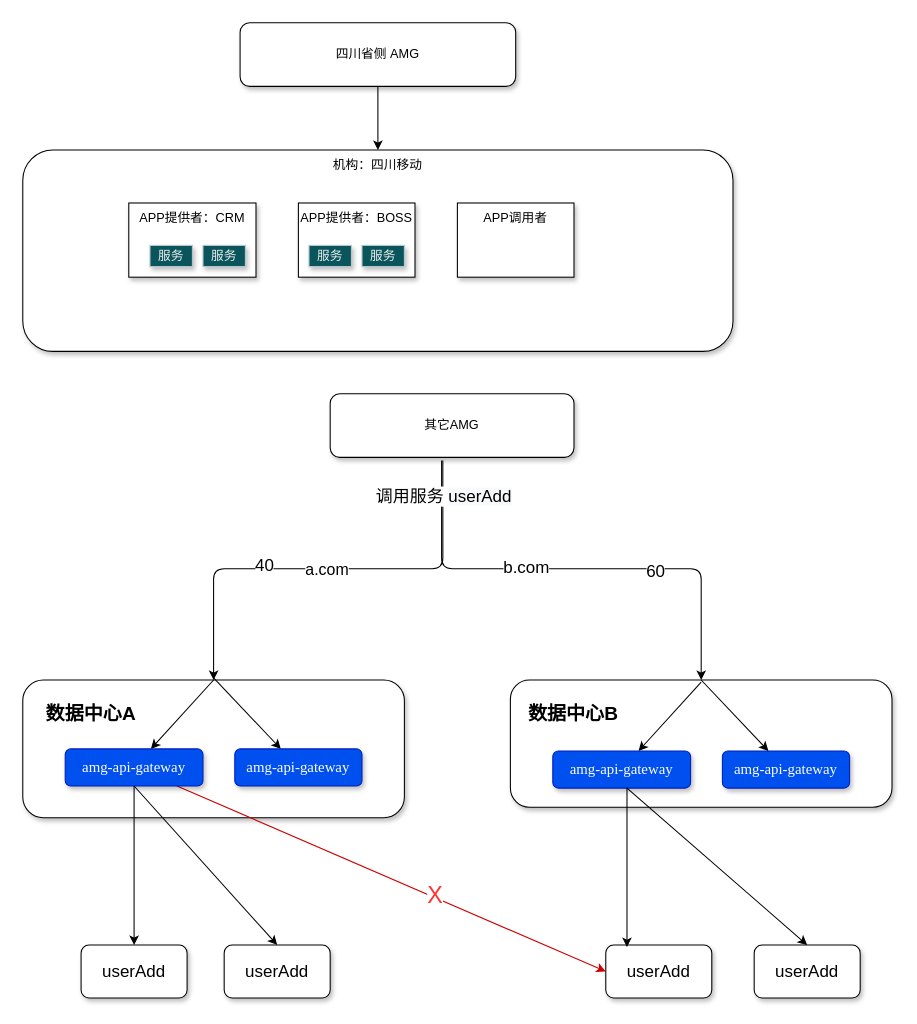
This is page "机构，应用" (5 of 9) of 智慧中台AMG.drawio from qymmdj/draw-io, a draw.io file, before an edit. Source tidied: cells renumbered, new cells numbered last; positions are measured from the earlier drawing's top-left corner, leaving out a move shared by most shapes. Both pictures are drawn from the tidied source at 106%, with x=0, y=0 at pixel (22, 22).
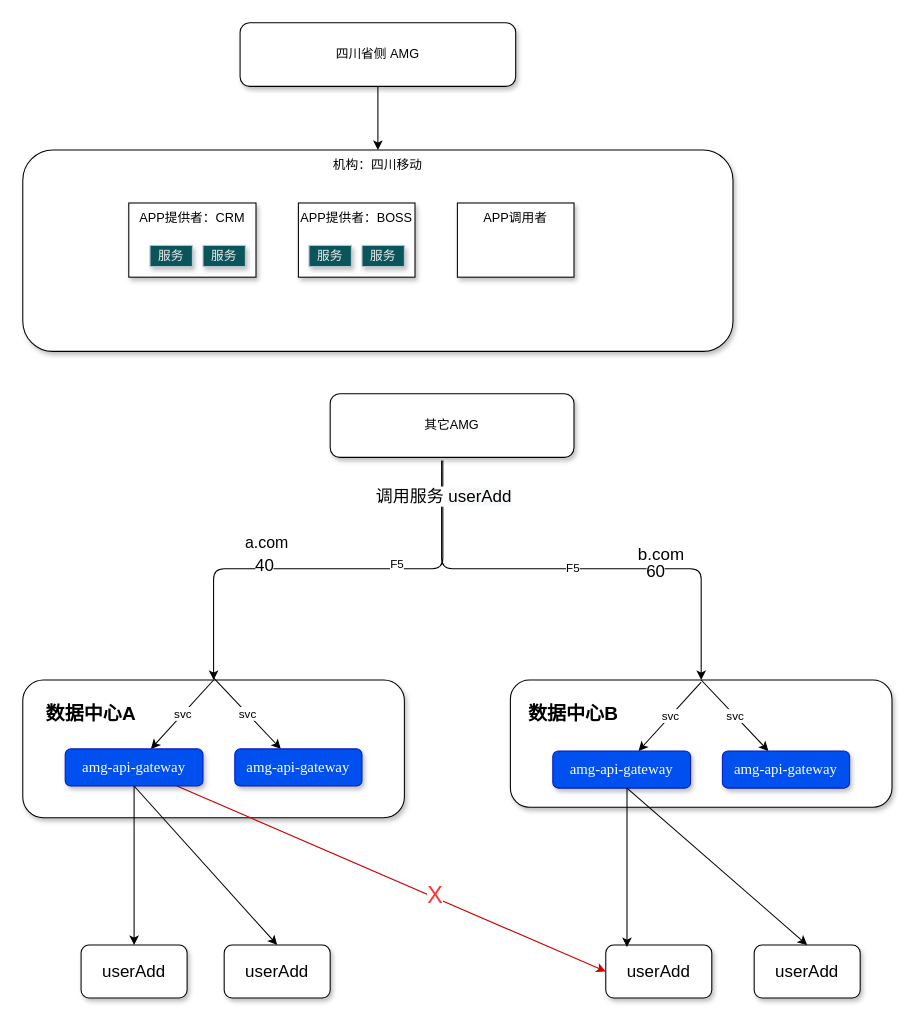
The same page after the edit.

Unchanged cells that the change refers to:
```xml
<mxCell id="14" value="&lt;h2&gt;&amp;nbsp; &amp;nbsp; 数据中心A&lt;/h2&gt;" style="rounded=1;whiteSpace=wrap;html=1;verticalAlign=top;shadow=1;align=left;" parent="1" vertex="1">
  <mxGeometry y="620" width="360" height="130" as="geometry" />
</mxCell>
<mxCell id="19" value="&lt;h2&gt;&amp;nbsp; &amp;nbsp;数据中心B&lt;/h2&gt;" style="rounded=1;whiteSpace=wrap;html=1;verticalAlign=top;shadow=1;align=left;" parent="1" vertex="1">
  <mxGeometry x="460" y="620" width="360" height="120" as="geometry" />
</mxCell>
<mxCell id="25" value="&lt;span style=&quot;font-family: &amp;#34;times new roman&amp;#34; ; font-size: 14px&quot;&gt;amg-api-gateway&lt;/span&gt;" style="rounded=1;whiteSpace=wrap;html=1;shadow=1;fillColor=#0050ef;strokeColor=#001DBC;fontColor=#ffffff;" parent="1" vertex="1">
  <mxGeometry x="40" y="685" width="130" height="35" as="geometry" />
</mxCell>
<mxCell id="27" value="&lt;span style=&quot;font-family: &amp;#34;times new roman&amp;#34; ; font-size: 14px&quot;&gt;amg-api-gateway&lt;/span&gt;" style="rounded=1;whiteSpace=wrap;html=1;shadow=1;fillColor=#0050ef;strokeColor=#001DBC;fontColor=#ffffff;" parent="1" vertex="1">
  <mxGeometry x="200" y="685" width="120" height="35" as="geometry" />
</mxCell>
<mxCell id="28" value="其它AMG" style="rounded=1;whiteSpace=wrap;html=1;shadow=1;verticalAlign=middle;" parent="1" vertex="1">
  <mxGeometry x="290" y="350" width="230" height="60" as="geometry" />
</mxCell>
<mxCell id="30" value="&lt;span style=&quot;font-family: &amp;#34;times new roman&amp;#34; ; font-size: 14px&quot;&gt;amg-api-gateway&lt;/span&gt;" style="rounded=1;whiteSpace=wrap;html=1;shadow=1;fillColor=#0050ef;strokeColor=#001DBC;fontColor=#ffffff;" parent="1" vertex="1">
  <mxGeometry x="500" y="687" width="130" height="35" as="geometry" />
</mxCell>
<mxCell id="32" value="&lt;span style=&quot;font-family: &amp;#34;times new roman&amp;#34; ; font-size: 14px&quot;&gt;amg-api-gateway&lt;/span&gt;" style="rounded=1;whiteSpace=wrap;html=1;shadow=1;fillColor=#0050ef;strokeColor=#001DBC;fontColor=#ffffff;" parent="1" vertex="1">
  <mxGeometry x="660" y="687" width="120" height="35" as="geometry" />
</mxCell>
```

Change to the diagram source:
```diff
@@
     <mxCell id="12" value="&lt;font style=&quot;font-size: 15px&quot;&gt;a.com&lt;/font&gt;" style="edgeStyle=orthogonalEdgeStyle;rounded=1;jettySize=auto;html=1;endArrow=none;endFill=0;startArrow=classic;startFill=1;entryX=0.462;entryY=1.05;entryDx=0;entryDy=0;entryPerimeter=0;labelBorderColor=none;jumpStyle=none;" parent="1" edge="1" source="14" target="28">
-      <mxGeometry relative="1" as="geometry">
+      <mxGeometry x="-0.27" y="25" relative="1" as="geometry">
         <Array as="points">
           <mxPoint x="180" y="515" />
           <mxPoint x="396" y="515" />
         </Array>
       </mxGeometry>
     </mxCell>
@@
+    <mxCell id="40" value="F5" style="edgeLabel;html=1;align=center;verticalAlign=middle;" parent="12" vertex="1">
+      <mxGeometry x="0.31" y="-3" relative="1" as="geometry">
+        <mxPoint y="-8" as="offset" />
+      </mxGeometry>
+    </mxCell>
@@
-    <mxCell id="15" style="edgeStyle=orthogonalEdgeStyle;rounded=1;jettySize=auto;html=1;startArrow=classic;startFill=1;endArrow=none;endFill=0;exitX=0.5;exitY=0;exitDx=0;exitDy=0;entryX=0.457;entryY=1.05;entryDx=0;entryDy=0;entryPerimeter=0;" parent="1" edge="1" source="19" target="28">
+    <mxCell id="15" value="F5" style="edgeStyle=orthogonalEdgeStyle;rounded=1;jettySize=auto;html=1;startArrow=classic;startFill=1;endArrow=none;endFill=0;exitX=0.5;exitY=0;exitDx=0;exitDy=0;entryX=0.457;entryY=1.05;entryDx=0;entryDy=0;entryPerimeter=0;" parent="1" edge="1" source="19" target="28">
       <mxGeometry relative="1" as="geometry" />
     </mxCell>
@@
     <mxCell id="18" value="b.com" style="edgeLabel;html=1;align=center;verticalAlign=middle;fontSize=16;" parent="15" vertex="1">
-      <mxGeometry x="0.2" y="-2" relative="1" as="geometry" />
+      <mxGeometry x="0.2" y="-2" relative="1" as="geometry">
+        <mxPoint x="127" y="-13" as="offset" />
+      </mxGeometry>
     </mxCell>
@@
-    <mxCell id="20" style="rounded=0;jettySize=auto;html=1;startArrow=classic;startFill=1;endArrow=none;endFill=0;entryX=0.5;entryY=0;entryDx=0;entryDy=0;" parent="1" edge="1" source="25" target="14">
+    <mxCell id="20" value="svc" style="rounded=0;jettySize=auto;html=1;startArrow=classic;startFill=1;endArrow=none;endFill=0;entryX=0.5;entryY=0;entryDx=0;entryDy=0;" parent="1" edge="1" source="25" target="14">
       <mxGeometry relative="1" as="geometry" />
     </mxCell>
@@
-    <mxCell id="26" style="edgeStyle=none;rounded=0;jettySize=auto;html=1;startArrow=classic;startFill=1;endArrow=none;endFill=0;" parent="1" edge="1" source="27">
+    <mxCell id="26" value="svc" style="edgeStyle=none;rounded=0;jettySize=auto;html=1;startArrow=classic;startFill=1;endArrow=none;endFill=0;" parent="1" edge="1" source="27">
       <mxGeometry relative="1" as="geometry">
         <mxPoint x="180" y="618" as="targetPoint" />
       </mxGeometry>
     </mxCell>
@@
-    <mxCell id="29" style="rounded=0;jettySize=auto;html=1;startArrow=classic;startFill=1;endArrow=none;endFill=0;entryX=0.5;entryY=0;entryDx=0;entryDy=0;" parent="1" edge="1" source="30">
+    <mxCell id="29" value="svc" style="rounded=0;jettySize=auto;html=1;startArrow=classic;startFill=1;endArrow=none;endFill=0;entryX=0.5;entryY=0;entryDx=0;entryDy=0;" parent="1" edge="1" source="30">
       <mxGeometry relative="1" as="geometry">
         <mxPoint x="640" y="622" as="targetPoint" />
       </mxGeometry>
     </mxCell>
@@
-    <mxCell id="31" style="edgeStyle=none;rounded=0;jettySize=auto;html=1;startArrow=classic;startFill=1;endArrow=none;endFill=0;" parent="1" edge="1" source="32">
+    <mxCell id="31" value="svc" style="edgeStyle=none;rounded=0;jettySize=auto;html=1;startArrow=classic;startFill=1;endArrow=none;endFill=0;" parent="1" edge="1" source="32">
       <mxGeometry relative="1" as="geometry">
         <mxPoint x="640" y="620" as="targetPoint" />
       </mxGeometry>
     </mxCell>
```
